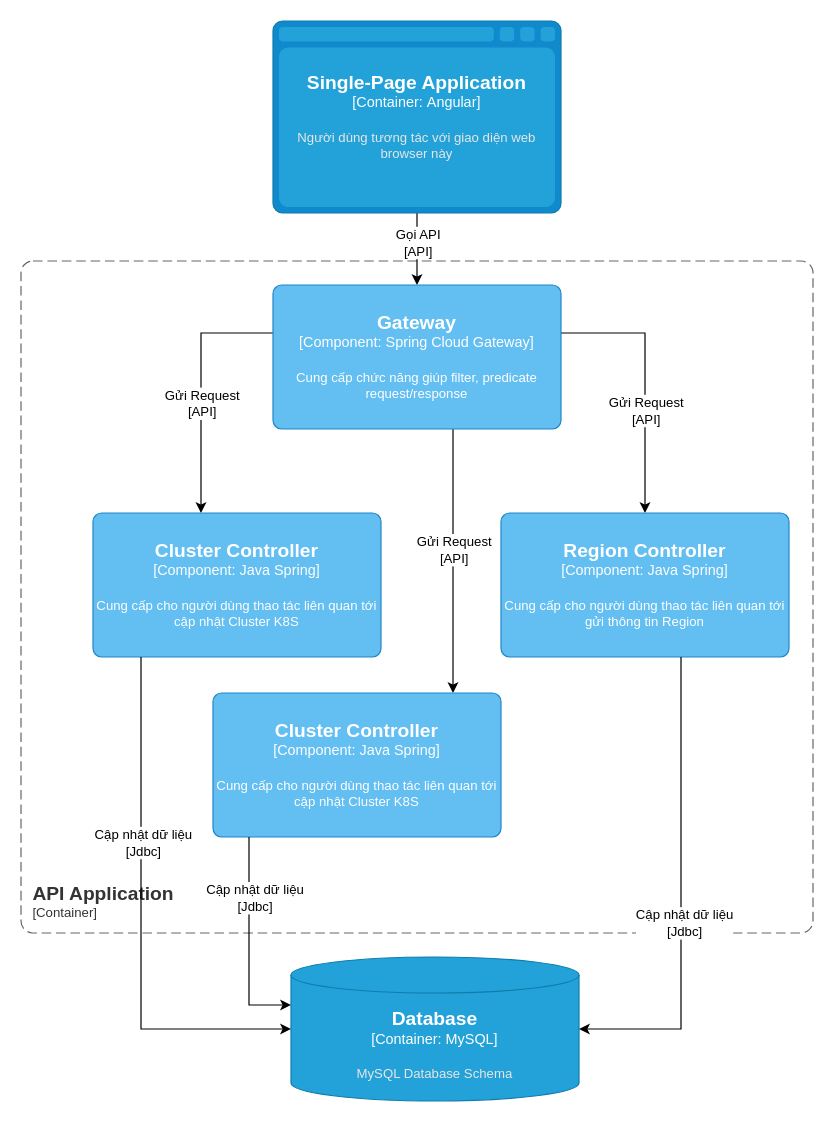
This is IDG-Portal lv3 Infra API.drawio from dangngocsoncntt/draw.io, a draw.io file, before an edit. Source tidied: cells renumbered, new cells numbered last; positions are measured from the earlier drawing's top-left corner, leaving out a move shared by most shapes. Both pictures are drawn from the tidied source at 120%, with x=0, y=0 at pixel (20, 20).
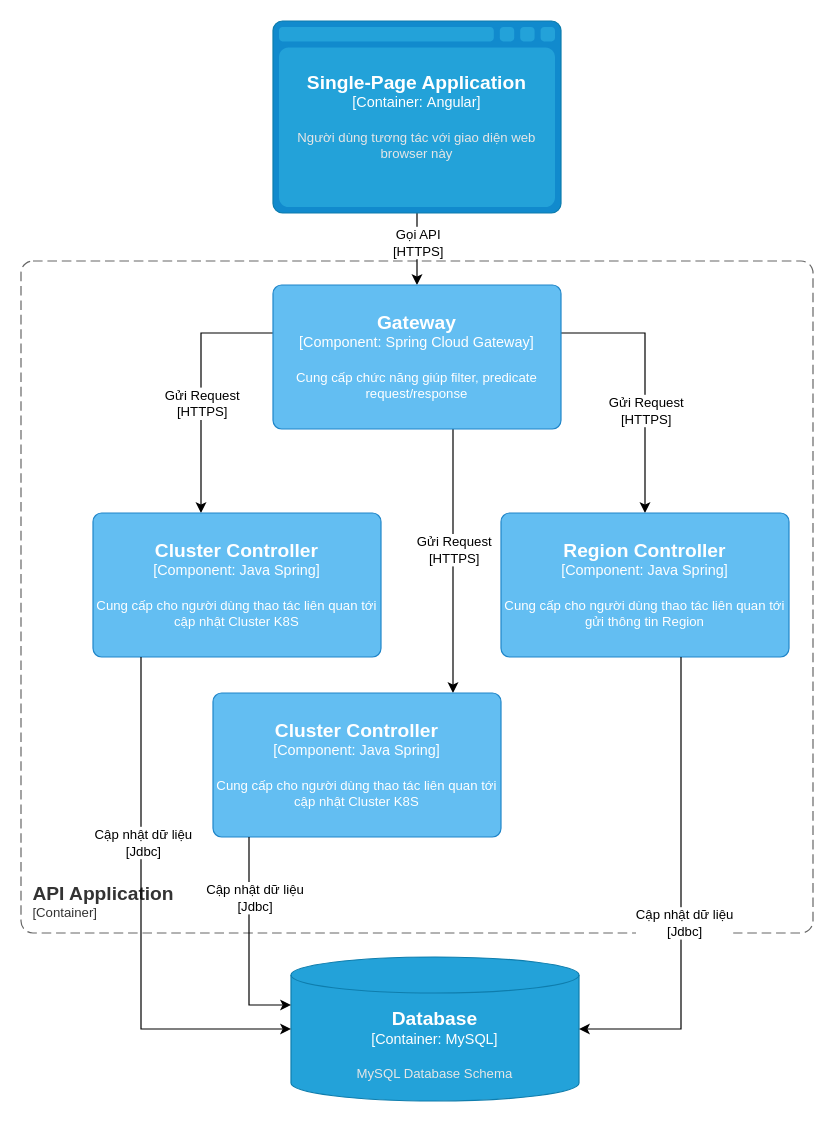
The same diagram, later.

Unchanged cells that the change refers to:
```xml
<mxCell id="3" style="edgeStyle=orthogonalEdgeStyle;rounded=0;jettySize=auto;html=1;" parent="1" edge="1" target="9">
  <mxGeometry relative="1" as="geometry">
    <mxPoint x="210" y="260" as="sourcePoint" />
    <Array as="points">
      <mxPoint x="150" y="260" />
    </Array>
  </mxGeometry>
</mxCell>
<mxCell id="5" style="edgeStyle=orthogonalEdgeStyle;rounded=0;jettySize=auto;html=1;" parent="1" edge="1" target="10">
  <mxGeometry relative="1" as="geometry">
    <mxPoint x="450" y="260" as="sourcePoint" />
    <Array as="points">
      <mxPoint x="520" y="260" />
    </Array>
  </mxGeometry>
</mxCell>
<mxCell id="7" style="edgeStyle=orthogonalEdgeStyle;rounded=0;jettySize=auto;html=1;" parent="1" edge="1" target="16">
  <mxGeometry relative="1" as="geometry">
    <mxPoint x="360" y="330" as="sourcePoint" />
    <Array as="points">
      <mxPoint x="360" y="470" />
      <mxPoint x="360" y="470" />
    </Array>
  </mxGeometry>
</mxCell>
<mxCell id="19" style="edgeStyle=orthogonalEdgeStyle;rounded=0;jettySize=auto;html=1;" parent="1" edge="1" source="21" target="22">
  <mxGeometry relative="1" as="geometry" />
</mxCell>
```

The edit, as a diff of the source:
```diff
@@
-    <mxCell id="4" value="Gửi Request&lt;br style=&quot;border-color: var(--border-color);&quot;&gt;[API]" style="edgeLabel;html=1;align=center;verticalAlign=middle;" parent="3" vertex="1">
+    <mxCell id="4" value="Gửi Request&lt;br style=&quot;border-color: var(--border-color);&quot;&gt;[HTTPS]" style="edgeLabel;html=1;align=center;verticalAlign=middle;" parent="3" vertex="1">
       <mxGeometry x="0.12" relative="1" as="geometry" />
     </mxCell>
@@
-    <mxCell id="6" value="Gửi Request&lt;br style=&quot;border-color: var(--border-color);&quot;&gt;[API]" style="edgeLabel;html=1;align=center;verticalAlign=middle;" parent="5" vertex="1">
+    <mxCell id="6" value="Gửi Request&lt;br style=&quot;border-color: var(--border-color);&quot;&gt;[HTTPS]" style="edgeLabel;html=1;align=center;verticalAlign=middle;" parent="5" vertex="1">
       <mxGeometry x="0.35" y="-2" relative="1" as="geometry">
         <mxPoint x="2" y="-15" as="offset" />
       </mxGeometry>
     </mxCell>
@@
-    <mxCell id="8" value="Gửi Request&lt;br style=&quot;border-color: var(--border-color);&quot;&gt;[API]" style="edgeLabel;html=1;align=center;verticalAlign=middle;" parent="7" vertex="1">
+    <mxCell id="8" value="Gửi Request&lt;br style=&quot;border-color: var(--border-color);&quot;&gt;[HTTPS]" style="edgeLabel;html=1;align=center;verticalAlign=middle;" parent="7" vertex="1">
       <mxGeometry x="-0.36" relative="1" as="geometry">
         <mxPoint y="36" as="offset" />
       </mxGeometry>
     </mxCell>
@@
-    <mxCell id="20" value="Gọi API&lt;br&gt;[API]" style="edgeLabel;html=1;align=center;verticalAlign=middle;" parent="19" vertex="1">
+    <mxCell id="20" value="Gọi API&lt;br&gt;[HTTPS]" style="edgeLabel;html=1;align=center;verticalAlign=middle;" parent="19" vertex="1">
       <mxGeometry x="-0.21" relative="1" as="geometry" />
     </mxCell>
```
